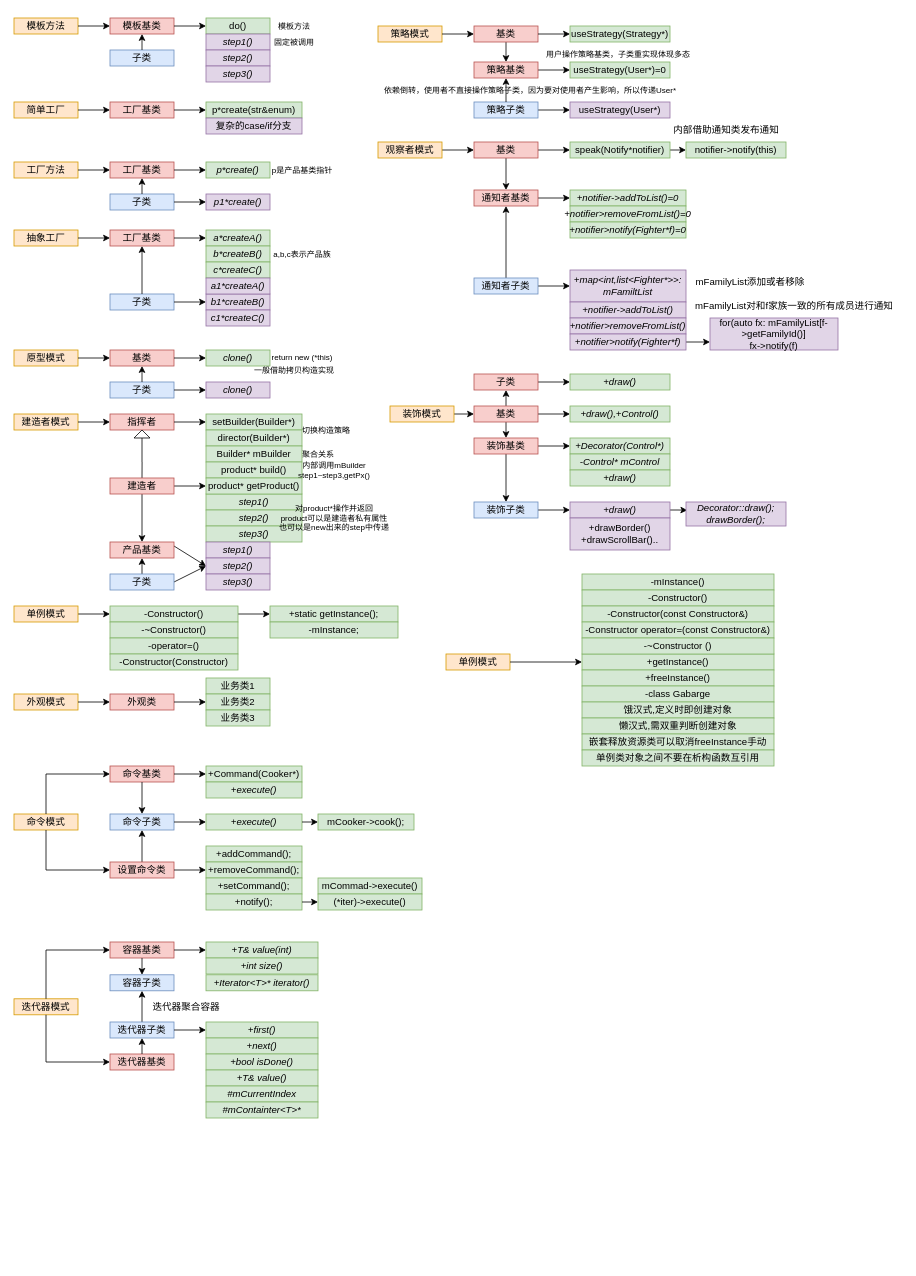
Before: designMode.drawio in chenbei97/C--DesignMode, a draw.io diagram. Source tidied: cells renumbered, new cells numbered last; positions are measured from the earlier drawing's top-left corner, leaving out a move shared by most shapes. Both pictures are drawn from the tidied source at 80%, with x=0, y=0 at pixel (14, 14).
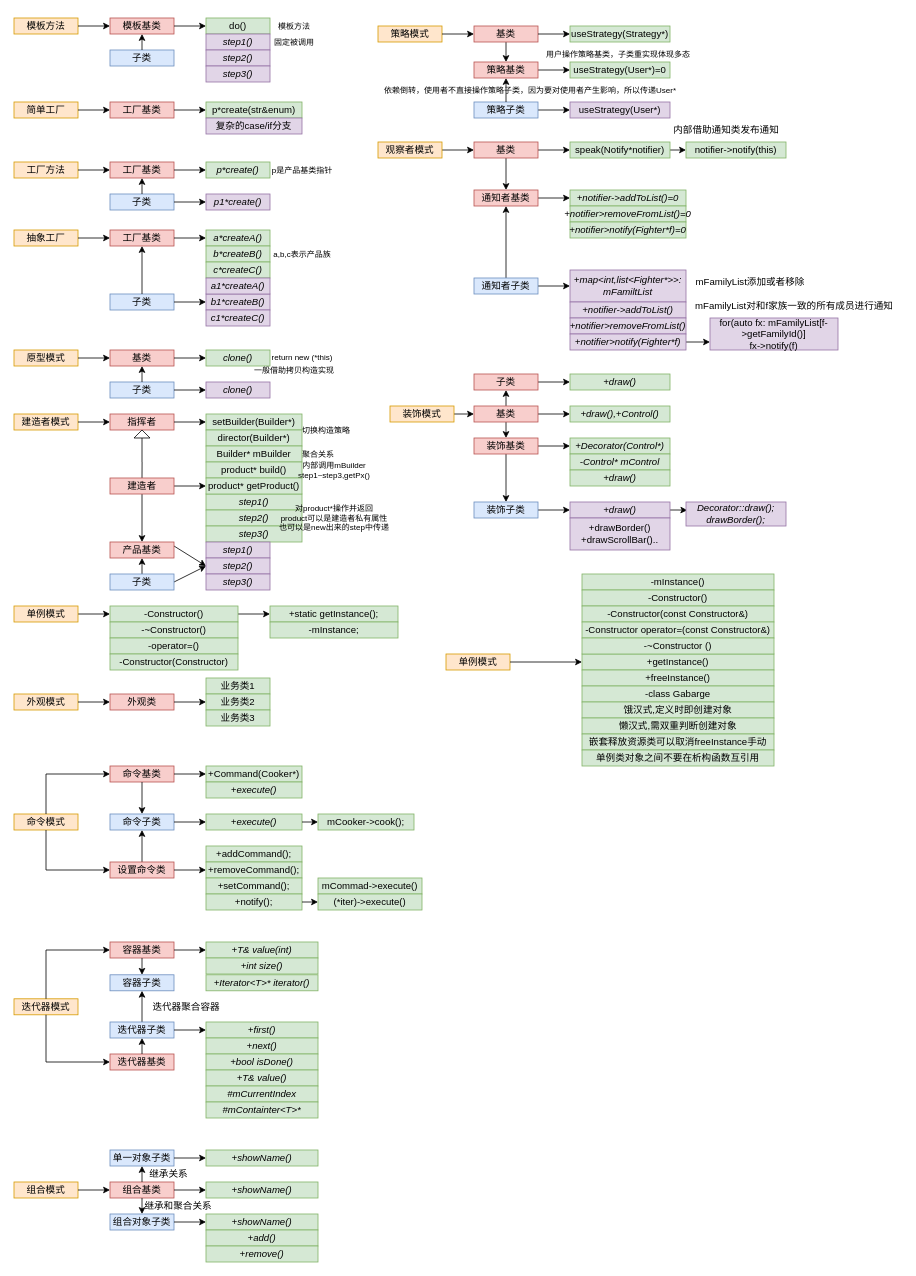
After the change.

The edit, as a diff of the source:
```diff
@@
+    <mxCell id="232" style="group;" parent="1" vertex="1">
+      <mxGeometry y="1420" width="380" height="140" as="geometry" />
+    </mxCell>
+    <mxCell id="233" value="组合模式" style="whiteSpace=wrap;html=1;fillColor=#ffe6cc;strokeColor=#d79b00;" parent="232" vertex="1">
+      <mxGeometry y="40" width="80" height="20" as="geometry" />
+    </mxCell>
+    <mxCell id="234" value="组合基类" style="whiteSpace=wrap;html=1;fillColor=#f8cecc;strokeColor=#b85450;" parent="232" vertex="1">
+      <mxGeometry x="120" y="40" width="80" height="20" as="geometry" />
+    </mxCell>
+    <mxCell id="235" style="edgeStyle=none;html=1;exitX=1;exitY=0.5;exitDx=0;exitDy=0;entryX=0;entryY=0.5;entryDx=0;entryDy=0;" parent="232" edge="1" source="233" target="234">
+      <mxGeometry relative="1" as="geometry" />
+    </mxCell>
+    <mxCell id="236" value="组合对象子类" style="whiteSpace=wrap;html=1;fillColor=#dae8fc;strokeColor=#6c8ebf;" parent="232" vertex="1">
+      <mxGeometry x="120" y="80" width="80" height="20" as="geometry" />
+    </mxCell>
+    <mxCell id="237" style="edgeStyle=none;html=1;exitX=0.5;exitY=1;exitDx=0;exitDy=0;entryX=0.5;entryY=0;entryDx=0;entryDy=0;" parent="232" edge="1" source="234" target="236">
+      <mxGeometry relative="1" as="geometry" />
+    </mxCell>
+    <mxCell id="238" value="单一对象子类" style="whiteSpace=wrap;html=1;fillColor=#dae8fc;strokeColor=#6c8ebf;" parent="232" vertex="1">
+      <mxGeometry x="120" width="80" height="20" as="geometry" />
+    </mxCell>
+    <mxCell id="239" style="edgeStyle=none;html=1;exitX=0.5;exitY=0;exitDx=0;exitDy=0;entryX=0.5;entryY=1;entryDx=0;entryDy=0;" parent="232" edge="1" source="234" target="238">
+      <mxGeometry relative="1" as="geometry" />
+    </mxCell>
+    <mxCell id="240" value="&lt;i&gt;+showName()&lt;/i&gt;" style="whiteSpace=wrap;html=1;fillColor=#d5e8d4;strokeColor=#82b366;" parent="232" vertex="1">
+      <mxGeometry x="240" y="40" width="140" height="20" as="geometry" />
+    </mxCell>
+    <mxCell id="241" style="edgeStyle=none;html=1;exitX=1;exitY=0.5;exitDx=0;exitDy=0;entryX=0;entryY=0.5;entryDx=0;entryDy=0;" parent="232" edge="1" source="234" target="240">
+      <mxGeometry relative="1" as="geometry" />
+    </mxCell>
+    <mxCell id="242" value="&lt;i&gt;+showName()&lt;/i&gt;" style="whiteSpace=wrap;html=1;fillColor=#d5e8d4;strokeColor=#82b366;" parent="232" vertex="1">
+      <mxGeometry x="240" width="140" height="20" as="geometry" />
+    </mxCell>
+    <mxCell id="243" style="edgeStyle=none;html=1;exitX=1;exitY=0.5;exitDx=0;exitDy=0;entryX=0;entryY=0.5;entryDx=0;entryDy=0;" parent="232" edge="1" source="238" target="242">
+      <mxGeometry relative="1" as="geometry" />
+    </mxCell>
+    <mxCell id="244" value="&lt;i&gt;+showName()&lt;/i&gt;" style="whiteSpace=wrap;html=1;fillColor=#d5e8d4;strokeColor=#82b366;" parent="232" vertex="1">
+      <mxGeometry x="240" y="80" width="140" height="20" as="geometry" />
+    </mxCell>
+    <mxCell id="245" style="edgeStyle=none;html=1;exitX=1;exitY=0.5;exitDx=0;exitDy=0;entryX=0;entryY=0.5;entryDx=0;entryDy=0;" parent="232" edge="1" source="236" target="244">
+      <mxGeometry relative="1" as="geometry" />
+    </mxCell>
+    <mxCell id="246" value="&lt;i&gt;+add()&lt;/i&gt;" style="whiteSpace=wrap;html=1;fillColor=#d5e8d4;strokeColor=#82b366;" parent="232" vertex="1">
+      <mxGeometry x="240" y="100" width="140" height="20" as="geometry" />
+    </mxCell>
+    <mxCell id="247" value="&lt;i&gt;+remove()&lt;/i&gt;" style="whiteSpace=wrap;html=1;fillColor=#d5e8d4;strokeColor=#82b366;" parent="232" vertex="1">
+      <mxGeometry x="240" y="120" width="140" height="20" as="geometry" />
+    </mxCell>
+    <mxCell id="248" value="继承和聚合关系" style="text;html=1;align=center;verticalAlign=middle;strokeColor=none;fillColor=none;" parent="232" vertex="1">
+      <mxGeometry x="150" y="55" width="110" height="30" as="geometry" />
+    </mxCell>
+    <mxCell id="249" value="继承关系" style="text;html=1;align=center;verticalAlign=middle;strokeColor=none;fillColor=none;" parent="232" vertex="1">
+      <mxGeometry x="157.5" y="15" width="70" height="30" as="geometry" />
+    </mxCell>
```
